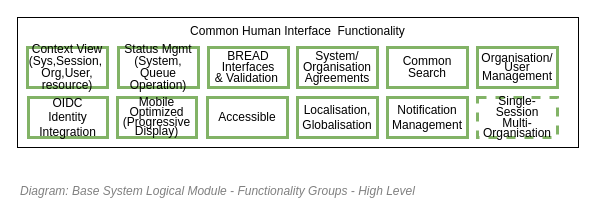
This is 43.Functionality View/Functionality View - Human User Interface Functionality.drawio from skysgh/System.Design.Resources.Service, a draw.io file, before an edit. Source tidied: cells renumbered, new cells numbered last; positions are measured from the earlier drawing's top-left corner, leaving out a move shared by most shapes. Both pictures are drawn from the tidied source at 100%, with x=0, y=0 at pixel (17, 17).
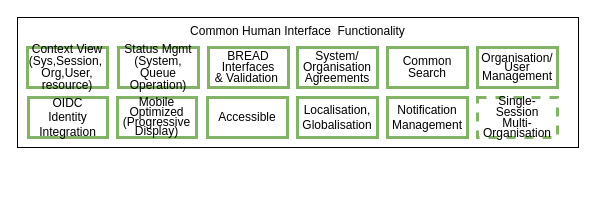
The same diagram, later.

What changed in the source:
```diff
@@
 <mxGraphModel>
   <root>
     <mxCell id="0" />
     <mxCell id="1" parent="0" />
     <mxCell id="2" value="Common Human Interface&amp;nbsp; Functionality" style="rounded=0;whiteSpace=wrap;html=1;strokeColor=#000000;strokeWidth=1;fillColor=none;fontSize=12;fontColor=#000000;align=center;fontFamily=Helvetica;absoluteArcSize=1;arcSize=12;verticalAlign=top;" parent="1" vertex="1">
       <mxGeometry width="561" height="130" as="geometry" />
     </mxCell>
     <mxCell id="3" value="&lt;font style=&quot;font-size: 12px ; line-height: 90%&quot;&gt;Context View&lt;br&gt;&lt;font style=&quot;font-size: 12px&quot;&gt;(Sys,Session,&amp;nbsp; Org,User,&lt;br&gt;resource)&lt;/font&gt;&lt;/font&gt;" style="rounded=0;whiteSpace=wrap;html=1;strokeColor=#82b366;strokeWidth=3;fillColor=none;fontSize=10;align=center;fontFamily=Helvetica;verticalAlign=middle;" parent="2" vertex="1">
       <mxGeometry x="10" y="30" width="80" height="40" as="geometry" />
     </mxCell>
     <mxCell id="4" value="&lt;font style=&quot;font-size: 12px ; line-height: 90%&quot;&gt;Status Mgmt&lt;br&gt;&lt;font style=&quot;font-size: 12px&quot;&gt;(System, Queue Operation)&lt;/font&gt;&lt;/font&gt;" style="rounded=0;whiteSpace=wrap;html=1;strokeColor=#82b366;strokeWidth=3;fillColor=none;fontSize=10;align=center;fontFamily=Helvetica;verticalAlign=middle;" parent="2" vertex="1">
       <mxGeometry x="101" y="30" width="80" height="40" as="geometry" />
     </mxCell>
     <mxCell id="5" value="&lt;p style=&quot;line-height: 90% ; font-size: 12px&quot;&gt;BREAD Interfaces&lt;br&gt;&amp;amp; Validation&amp;nbsp;&lt;/p&gt;" style="rounded=0;whiteSpace=wrap;html=1;strokeColor=#82b366;strokeWidth=3;fillColor=none;fontSize=10;align=center;fontFamily=Helvetica;verticalAlign=middle;" parent="2" vertex="1">
       <mxGeometry x="191" y="30" width="80" height="40" as="geometry" />
     </mxCell>
     <mxCell id="6" value="Localisation, Globalisation" style="rounded=0;whiteSpace=wrap;html=1;strokeColor=#82b366;strokeWidth=3;fillColor=none;fontSize=12;align=center;fontFamily=Helvetica;verticalAlign=middle;" parent="2" vertex="1">
       <mxGeometry x="280" y="80" width="80" height="40" as="geometry" />
     </mxCell>
     <mxCell id="7" value="OIDC &lt;br style=&quot;font-size: 12px;&quot;&gt;Identity&lt;br style=&quot;font-size: 12px;&quot;&gt;Integration" style="rounded=0;whiteSpace=wrap;html=1;strokeColor=#82b366;strokeWidth=3;fillColor=none;fontSize=12;align=center;fontFamily=Helvetica;verticalAlign=middle;" parent="2" vertex="1">
       <mxGeometry x="11" y="80" width="79" height="40" as="geometry" />
     </mxCell>
     <mxCell id="8" value="&lt;p style=&quot;line-height: 90% ; font-size: 12px&quot;&gt;Single-Session&lt;br&gt;Multi-Organisation&lt;/p&gt;" style="rounded=0;whiteSpace=wrap;html=1;strokeColor=#82b366;strokeWidth=3;fillColor=none;fontSize=10;align=center;fontFamily=Helvetica;verticalAlign=middle;dashed=1;" parent="2" vertex="1">
       <mxGeometry x="460" y="80" width="80" height="40" as="geometry" />
     </mxCell>
     <mxCell id="9" value="&lt;p style=&quot;line-height: 80%&quot;&gt;Mobile&lt;br&gt;Optimized&lt;br style=&quot;font-size: 12px&quot;&gt;&lt;font style=&quot;font-size: 12px&quot;&gt;(Progressive Display)&lt;/font&gt;&lt;/p&gt;" style="rounded=0;whiteSpace=wrap;html=1;strokeColor=#82b366;strokeWidth=3;fillColor=none;fontSize=12;align=center;fontFamily=Helvetica;verticalAlign=middle;" parent="2" vertex="1">
       <mxGeometry x="100" y="80" width="79" height="40" as="geometry" />
     </mxCell>
     <mxCell id="10" value="Accessible" style="rounded=0;whiteSpace=wrap;html=1;strokeColor=#82b366;strokeWidth=3;fillColor=none;fontSize=12;align=center;fontFamily=Helvetica;verticalAlign=middle;" parent="2" vertex="1">
       <mxGeometry x="190" y="80" width="80" height="40" as="geometry" />
     </mxCell>
     <mxCell id="11" value="&lt;p style=&quot;line-height: 90% ; font-size: 12px&quot;&gt;System/&lt;br&gt;Organisation Agreements&lt;/p&gt;" style="rounded=0;whiteSpace=wrap;html=1;strokeColor=#82b366;strokeWidth=3;fillColor=none;fontSize=10;align=center;fontFamily=Helvetica;verticalAlign=middle;" parent="2" vertex="1">
       <mxGeometry x="280" y="30" width="80" height="40" as="geometry" />
     </mxCell>
     <mxCell id="12" value="Notification Management" style="rounded=0;whiteSpace=wrap;html=1;strokeColor=#82b366;strokeWidth=3;fillColor=none;fontSize=12;align=center;fontFamily=Helvetica;verticalAlign=middle;" parent="2" vertex="1">
       <mxGeometry x="370" y="80" width="80" height="40" as="geometry" />
     </mxCell>
     <mxCell id="13" value="&lt;font style=&quot;font-size: 12px ; line-height: 90%&quot;&gt;Common&lt;br&gt;Search&lt;/font&gt;" style="rounded=0;whiteSpace=wrap;html=1;strokeColor=#82b366;strokeWidth=3;fillColor=none;fontSize=10;align=center;fontFamily=Helvetica;verticalAlign=middle;" parent="2" vertex="1">
       <mxGeometry x="370" y="30" width="80" height="40" as="geometry" />
     </mxCell>
     <mxCell id="14" value="&lt;p style=&quot;line-height: 90%&quot;&gt;&lt;font style=&quot;font-size: 12px&quot;&gt;Organisation/ User Management&lt;/font&gt;&lt;/p&gt;" style="rounded=0;whiteSpace=wrap;html=1;strokeColor=#82b366;strokeWidth=3;fillColor=none;fontSize=10;align=center;fontFamily=Helvetica;verticalAlign=middle;" parent="2" vertex="1">
       <mxGeometry x="460" y="30" width="80" height="40" as="geometry" />
     </mxCell>
-    <mxCell id="15" value="&lt;font style=&quot;font-size: 12px&quot;&gt;Diagram: Base System Logical Module -&amp;nbsp;Functionality Groups - High Level&lt;/font&gt;" style="text;strokeColor=none;fillColor=none;html=1;fontSize=24;fontStyle=2;verticalAlign=middle;align=left;shadow=0;glass=0;comic=0;opacity=30;fontColor=#808080;" parent="1" vertex="1">
-      <mxGeometry x="1" y="160" width="520" height="20" as="geometry" />
-    </mxCell>
   </root>
 </mxGraphModel>
```
